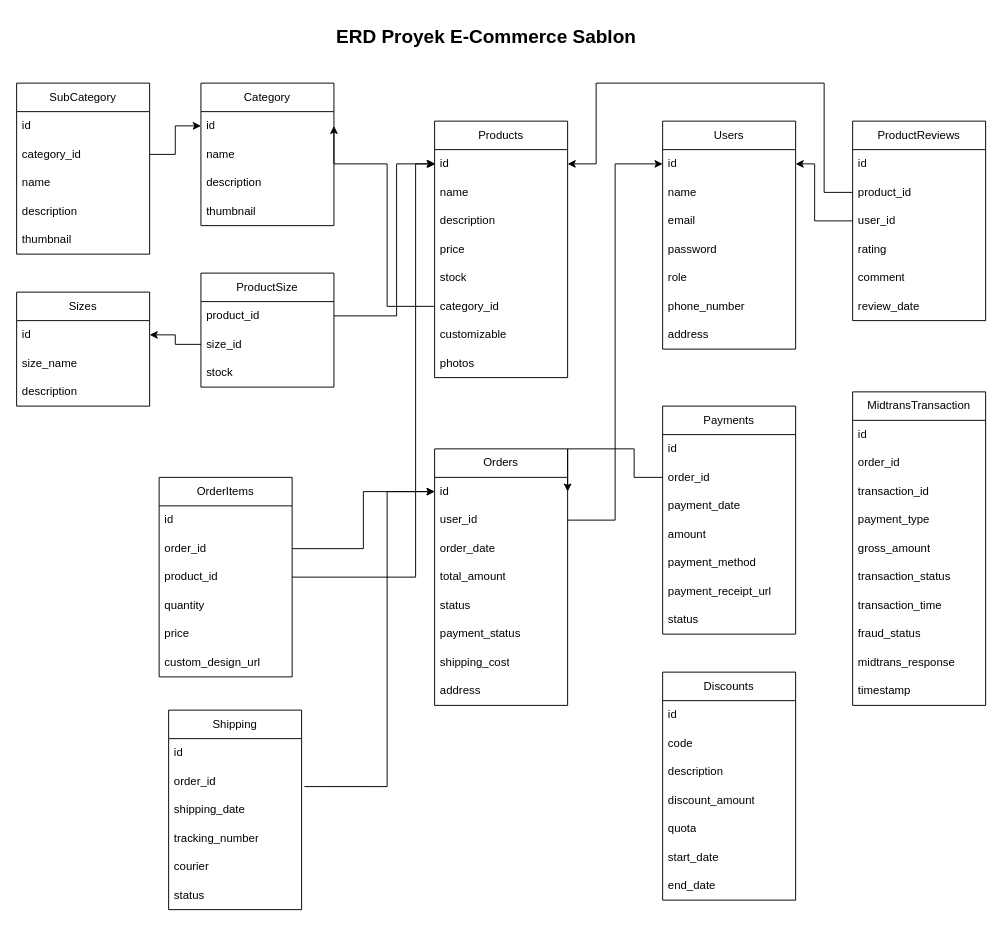
Before: Proyek Sablon.drawio in mrakahaikal/mrakahaikal, a draw.io diagram. Source tidied: cells renumbered, new cells numbered last; positions are measured from the earlier drawing's top-left corner, leaving out a move shared by most shapes. Both pictures are drawn from the tidied source at 95%, with x=0, y=0 at pixel (16, 16).
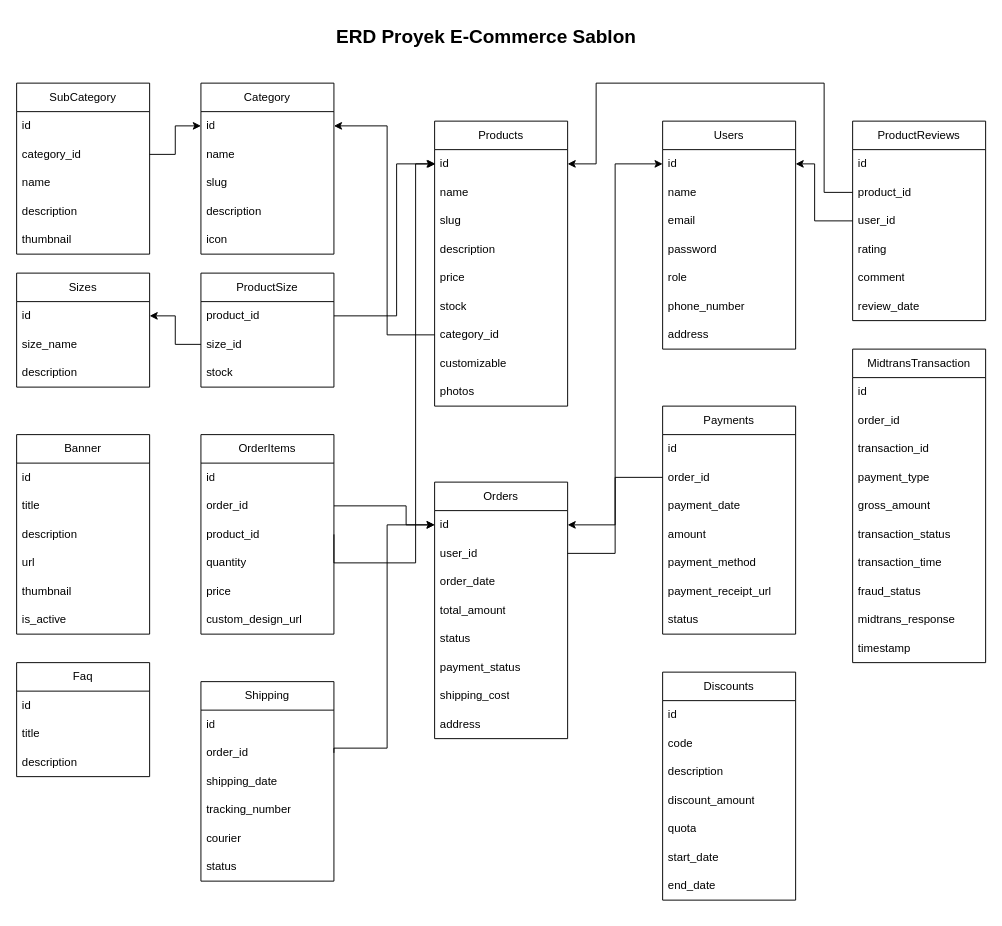
The same page after the edit.

The change refers to these unchanged cells:
```xml
<mxCell id="12" value="id" style="text;strokeColor=none;fillColor=none;align=left;verticalAlign=middle;spacingLeft=4;spacingRight=4;overflow=hidden;points=[[0,0.5],[1,0.5]];portConstraint=eastwest;whiteSpace=wrap;html=1;" parent="11" vertex="1">
  <mxGeometry y="30" width="140" height="30" as="geometry" />
</mxCell>
<mxCell id="21" value="id" style="text;strokeColor=none;fillColor=none;align=left;verticalAlign=middle;spacingLeft=4;spacingRight=4;overflow=hidden;points=[[0,0.5],[1,0.5]];portConstraint=eastwest;whiteSpace=wrap;html=1;" parent="20" vertex="1">
  <mxGeometry y="30" width="140" height="30" as="geometry" />
</mxCell>
<mxCell id="27" value="id" style="text;strokeColor=none;fillColor=none;align=left;verticalAlign=middle;spacingLeft=4;spacingRight=4;overflow=hidden;points=[[0,0.5],[1,0.5]];portConstraint=eastwest;whiteSpace=wrap;html=1;" parent="26" vertex="1">
  <mxGeometry y="30" width="140" height="30" as="geometry" />
</mxCell>
<mxCell id="38" value="order_id" style="text;strokeColor=none;fillColor=none;align=left;verticalAlign=middle;spacingLeft=4;spacingRight=4;overflow=hidden;points=[[0,0.5],[1,0.5]];portConstraint=eastwest;whiteSpace=wrap;html=1;" parent="36" vertex="1">
  <mxGeometry y="60" width="140" height="30" as="geometry" />
</mxCell>
<mxCell id="39" value="product_id" style="text;strokeColor=none;fillColor=none;align=left;verticalAlign=middle;spacingLeft=4;spacingRight=4;overflow=hidden;points=[[0,0.5],[1,0.5]];portConstraint=eastwest;whiteSpace=wrap;html=1;" parent="36" vertex="1">
  <mxGeometry y="90" width="140" height="30" as="geometry" />
</mxCell>
<mxCell id="47" value="order_id" style="text;strokeColor=none;fillColor=none;align=left;verticalAlign=middle;spacingLeft=4;spacingRight=4;overflow=hidden;points=[[0,0.5],[1,0.5]];portConstraint=eastwest;whiteSpace=wrap;html=1;" parent="45" vertex="1">
  <mxGeometry y="60" width="140" height="30" as="geometry" />
</mxCell>
<mxCell id="56" value="order_id" style="text;strokeColor=none;fillColor=none;align=left;verticalAlign=middle;spacingLeft=4;spacingRight=4;overflow=hidden;points=[[0,0.5],[1,0.5]];portConstraint=eastwest;whiteSpace=wrap;html=1;" parent="54" vertex="1">
  <mxGeometry y="60" width="140" height="30" as="geometry" />
</mxCell>
```

What changed in the source:
```diff
@@
     <mxCell id="11" value="Products" style="swimlane;fontStyle=0;horizontal=1;startSize=30;whiteSpace=wrap;html=1;" parent="1" vertex="1">
-      <mxGeometry x="440" y="110" width="140" height="270" as="geometry" />
+      <mxGeometry x="440" y="110" width="140" height="300" as="geometry" />
     </mxCell>
@@
+    <mxCell id="107" value="slug" style="text;strokeColor=none;fillColor=none;align=left;verticalAlign=middle;spacingLeft=4;spacingRight=4;overflow=hidden;whiteSpace=wrap;html=1;" parent="11" vertex="1">
+      <mxGeometry y="90" width="140" height="30" as="geometry" />
+    </mxCell>
     <mxCell id="14" value="description" style="text;strokeColor=none;fillColor=none;align=left;verticalAlign=middle;spacingLeft=4;spacingRight=4;overflow=hidden;whiteSpace=wrap;html=1;" parent="11" vertex="1">
-      <mxGeometry y="90" width="140" height="30" as="geometry" />
+      <mxGeometry y="120" width="140" height="30" as="geometry" />
     </mxCell>
     <mxCell id="15" value="price" style="text;strokeColor=none;fillColor=none;align=left;verticalAlign=middle;spacingLeft=4;spacingRight=4;overflow=hidden;whiteSpace=wrap;html=1;" parent="11" vertex="1">
-      <mxGeometry y="120" width="140" height="30" as="geometry" />
+      <mxGeometry y="150" width="140" height="30" as="geometry" />
     </mxCell>
     <mxCell id="16" value="stock" style="text;strokeColor=none;fillColor=none;align=left;verticalAlign=middle;spacingLeft=4;spacingRight=4;overflow=hidden;whiteSpace=wrap;html=1;" parent="11" vertex="1">
-      <mxGeometry y="150" width="140" height="30" as="geometry" />
+      <mxGeometry y="180" width="140" height="30" as="geometry" />
     </mxCell>
     <mxCell id="17" value="category_id" style="text;strokeColor=none;fillColor=none;align=left;verticalAlign=middle;spacingLeft=4;spacingRight=4;overflow=hidden;points=[[0,0.5],[1,0.5]];portConstraint=eastwest;whiteSpace=wrap;html=1;" parent="11" vertex="1">
-      <mxGeometry y="180" width="140" height="30" as="geometry" />
+      <mxGeometry y="210" width="140" height="30" as="geometry" />
     </mxCell>
     <mxCell id="18" value="customizable" style="text;strokeColor=none;fillColor=none;align=left;verticalAlign=middle;spacingLeft=4;spacingRight=4;overflow=hidden;whiteSpace=wrap;html=1;" parent="11" vertex="1">
-      <mxGeometry y="210" width="140" height="30" as="geometry" />
+      <mxGeometry y="240" width="140" height="30" as="geometry" />
     </mxCell>
     <mxCell id="19" value="photos" style="text;strokeColor=none;fillColor=none;align=left;verticalAlign=middle;spacingLeft=4;spacingRight=4;overflow=hidden;whiteSpace=wrap;html=1;" parent="11" vertex="1">
-      <mxGeometry y="240" width="140" height="30" as="geometry" />
+      <mxGeometry y="270" width="140" height="30" as="geometry" />
     </mxCell>
     <mxCell id="20" value="Category" style="swimlane;fontStyle=0;horizontal=1;startSize=30;whiteSpace=wrap;html=1;" parent="1" vertex="1">
-      <mxGeometry x="194" y="70" width="140" height="150" as="geometry" />
+      <mxGeometry x="194" y="70" width="140" height="180" as="geometry" />
     </mxCell>
@@
+    <mxCell id="108" value="slug" style="text;strokeColor=none;fillColor=none;align=left;verticalAlign=middle;spacingLeft=4;spacingRight=4;overflow=hidden;whiteSpace=wrap;html=1;" parent="20" vertex="1">
+      <mxGeometry y="90" width="140" height="30" as="geometry" />
+    </mxCell>
     <mxCell id="23" value="description" style="text;strokeColor=none;fillColor=none;align=left;verticalAlign=middle;spacingLeft=4;spacingRight=4;overflow=hidden;whiteSpace=wrap;html=1;" parent="20" vertex="1">
-      <mxGeometry y="90" width="140" height="30" as="geometry" />
+      <mxGeometry y="120" width="140" height="30" as="geometry" />
     </mxCell>
-    <mxCell id="24" value="thumbnail" style="text;strokeColor=none;fillColor=none;align=left;verticalAlign=middle;spacingLeft=4;spacingRight=4;overflow=hidden;whiteSpace=wrap;html=1;" parent="20" vertex="1">
-      <mxGeometry y="120" width="140" height="30" as="geometry" />
+    <mxCell id="24" value="icon" style="text;strokeColor=none;fillColor=none;align=left;verticalAlign=middle;spacingLeft=4;spacingRight=4;overflow=hidden;whiteSpace=wrap;html=1;" parent="20" vertex="1">
+      <mxGeometry y="150" width="140" height="30" as="geometry" />
     </mxCell>
-    <mxCell id="25" style="edgeStyle=orthogonalEdgeStyle;rounded=0;jettySize=auto;html=1;entryX=1;entryY=0.5;entryDx=0;entryDy=0;" parent="1" edge="1" source="17" target="21">
+    <mxCell id="25" style="edgeStyle=orthogonalEdgeStyle;rounded=0;jettySize=auto;html=1;entryX=1;entryY=0.5;entryDx=0;entryDy=0;exitX=0;exitY=0.5;exitDx=0;exitDy=0;" parent="1" edge="1" source="17" target="21">
       <mxGeometry relative="1" as="geometry">
         <Array as="points">
-          <mxPoint x="390" y="305" />
-          <mxPoint x="390" y="155" />
+          <mxPoint x="390" y="335" />
+          <mxPoint x="390" y="115" />
         </Array>
       </mxGeometry>
     </mxCell>
     <mxCell id="26" value="Orders" style="swimlane;fontStyle=0;horizontal=1;startSize=30;whiteSpace=wrap;html=1;" parent="1" vertex="1">
-      <mxGeometry x="440" y="455" width="140" height="270" as="geometry" />
+      <mxGeometry x="440" y="490" width="140" height="270" as="geometry" />
     </mxCell>
@@
     <mxCell id="36" value="OrderItems" style="swimlane;fontStyle=0;horizontal=1;startSize=30;whiteSpace=wrap;html=1;" parent="1" vertex="1">
-      <mxGeometry x="150" y="485" width="140" height="210" as="geometry" />
+      <mxGeometry x="194" y="440" width="140" height="210" as="geometry" />
     </mxCell>
@@
     <mxCell id="43" style="edgeStyle=orthogonalEdgeStyle;rounded=0;jettySize=auto;html=1;exitX=1;exitY=0.5;exitDx=0;exitDy=0;" parent="1" edge="1" source="39" target="12">
       <mxGeometry relative="1" as="geometry">
         <Array as="points">
-          <mxPoint x="420" y="590" />
+          <mxPoint x="420" y="575" />
           <mxPoint x="420" y="155" />
         </Array>
       </mxGeometry>
     </mxCell>
-    <mxCell id="44" style="edgeStyle=orthogonalEdgeStyle;rounded=0;jettySize=auto;html=1;entryX=0;entryY=0.5;entryDx=0;entryDy=0;" parent="1" edge="1" source="38" target="27">
-      <mxGeometry relative="1" as="geometry" />
+    <mxCell id="44" style="edgeStyle=orthogonalEdgeStyle;rounded=0;jettySize=auto;html=1;entryX=0;entryY=0.5;entryDx=0;entryDy=0;exitX=1;exitY=0.5;exitDx=0;exitDy=0;" parent="1" edge="1" source="38" target="27">
+      <mxGeometry relative="1" as="geometry">
+        <Array as="points">
+          <mxPoint x="410" y="515" />
+          <mxPoint x="410" y="535" />
+        </Array>
+      </mxGeometry>
     </mxCell>
@@
-    <mxCell id="53" style="edgeStyle=orthogonalEdgeStyle;rounded=0;jettySize=auto;html=1;entryX=1;entryY=0.5;entryDx=0;entryDy=0;" parent="1" edge="1" source="47" target="27">
-      <mxGeometry relative="1" as="geometry">
-        <Array as="points">
-          <mxPoint x="650" y="485" />
-          <mxPoint x="650" y="455" />
-        </Array>
-      </mxGeometry>
-    </mxCell>
     <mxCell id="54" value="Shipping" style="swimlane;fontStyle=0;horizontal=1;startSize=30;whiteSpace=wrap;html=1;" parent="1" vertex="1">
-      <mxGeometry x="160" y="730" width="140" height="210" as="geometry" />
+      <mxGeometry x="194" y="700" width="140" height="210" as="geometry" />
     </mxCell>
@@
-    <mxCell id="61" style="edgeStyle=orthogonalEdgeStyle;rounded=0;jettySize=auto;html=1;entryX=0;entryY=0.5;entryDx=0;entryDy=0;exitX=1.021;exitY=0.683;exitDx=0;exitDy=0;exitPerimeter=0;" parent="1" edge="1" source="56" target="27">
+    <mxCell id="61" style="edgeStyle=orthogonalEdgeStyle;rounded=0;jettySize=auto;html=1;entryX=0;entryY=0.5;entryDx=0;entryDy=0;exitX=1;exitY=0.5;exitDx=0;exitDy=0;" parent="1" edge="1" source="56" target="27">
       <mxGeometry relative="1" as="geometry">
         <Array as="points">
-          <mxPoint x="390" y="811" />
-          <mxPoint x="390" y="500" />
+          <mxPoint x="334" y="770" />
+          <mxPoint x="390" y="770" />
+          <mxPoint x="390" y="535" />
         </Array>
       </mxGeometry>
     </mxCell>
@@
     <mxCell id="79" value="MidtransTransaction" style="swimlane;fontStyle=0;horizontal=1;startSize=30;whiteSpace=wrap;html=1;" parent="1" vertex="1">
-      <mxGeometry x="880" y="395" width="140" height="330" as="geometry" />
+      <mxGeometry x="880" y="350" width="140" height="330" as="geometry" />
     </mxCell>
@@
     <mxCell id="101" value="Sizes" style="swimlane;fontStyle=0;horizontal=1;startSize=30;whiteSpace=wrap;html=1;" parent="1" vertex="1">
-      <mxGeometry y="290" width="140" height="120" as="geometry" />
+      <mxGeometry y="270" width="140" height="120" as="geometry" />
     </mxCell>
@@
+    <mxCell id="53" style="edgeStyle=orthogonalEdgeStyle;rounded=0;jettySize=auto;html=1;entryX=1;entryY=0.5;entryDx=0;entryDy=0;" parent="1" edge="1" source="47" target="27">
+      <mxGeometry relative="1" as="geometry" />
+    </mxCell>
+    <mxCell id="109" value="Banner" style="swimlane;fontStyle=0;horizontal=1;startSize=30;whiteSpace=wrap;html=1;" parent="1" vertex="1">
+      <mxGeometry y="440" width="140" height="210" as="geometry" />
+    </mxCell>
+    <mxCell id="110" value="id" style="text;strokeColor=none;fillColor=none;align=left;verticalAlign=middle;spacingLeft=4;spacingRight=4;overflow=hidden;whiteSpace=wrap;html=1;" parent="109" vertex="1">
+      <mxGeometry y="30" width="140" height="30" as="geometry" />
+    </mxCell>
+    <mxCell id="111" value="title" style="text;strokeColor=none;fillColor=none;align=left;verticalAlign=middle;spacingLeft=4;spacingRight=4;overflow=hidden;whiteSpace=wrap;html=1;" parent="109" vertex="1">
+      <mxGeometry y="60" width="140" height="30" as="geometry" />
+    </mxCell>
+    <mxCell id="112" value="description" style="text;strokeColor=none;fillColor=none;align=left;verticalAlign=middle;spacingLeft=4;spacingRight=4;overflow=hidden;whiteSpace=wrap;html=1;" parent="109" vertex="1">
+      <mxGeometry y="90" width="140" height="30" as="geometry" />
+    </mxCell>
+    <mxCell id="113" value="url" style="text;strokeColor=none;fillColor=none;align=left;verticalAlign=middle;spacingLeft=4;spacingRight=4;overflow=hidden;whiteSpace=wrap;html=1;" parent="109" vertex="1">
+      <mxGeometry y="120" width="140" height="30" as="geometry" />
+    </mxCell>
+    <mxCell id="114" value="thumbnail" style="text;strokeColor=none;fillColor=none;align=left;verticalAlign=middle;spacingLeft=4;spacingRight=4;overflow=hidden;whiteSpace=wrap;html=1;" parent="109" vertex="1">
+      <mxGeometry y="150" width="140" height="30" as="geometry" />
+    </mxCell>
+    <mxCell id="115" value="is_active" style="text;strokeColor=none;fillColor=none;align=left;verticalAlign=middle;spacingLeft=4;spacingRight=4;overflow=hidden;whiteSpace=wrap;html=1;" parent="109" vertex="1">
+      <mxGeometry y="180" width="140" height="30" as="geometry" />
+    </mxCell>
+    <mxCell id="116" value="Faq" style="swimlane;fontStyle=0;horizontal=1;startSize=30;whiteSpace=wrap;html=1;" parent="1" vertex="1">
+      <mxGeometry y="680" width="140" height="120" as="geometry" />
+    </mxCell>
+    <mxCell id="117" value="id" style="text;strokeColor=none;fillColor=none;align=left;verticalAlign=middle;spacingLeft=4;spacingRight=4;overflow=hidden;whiteSpace=wrap;html=1;" parent="116" vertex="1">
+      <mxGeometry y="30" width="140" height="30" as="geometry" />
+    </mxCell>
+    <mxCell id="118" value="title" style="text;strokeColor=none;fillColor=none;align=left;verticalAlign=middle;spacingLeft=4;spacingRight=4;overflow=hidden;whiteSpace=wrap;html=1;" parent="116" vertex="1">
+      <mxGeometry y="60" width="140" height="30" as="geometry" />
+    </mxCell>
+    <mxCell id="119" value="description" style="text;strokeColor=none;fillColor=none;align=left;verticalAlign=middle;spacingLeft=4;spacingRight=4;overflow=hidden;whiteSpace=wrap;html=1;" parent="116" vertex="1">
+      <mxGeometry y="90" width="140" height="30" as="geometry" />
+    </mxCell>
```
